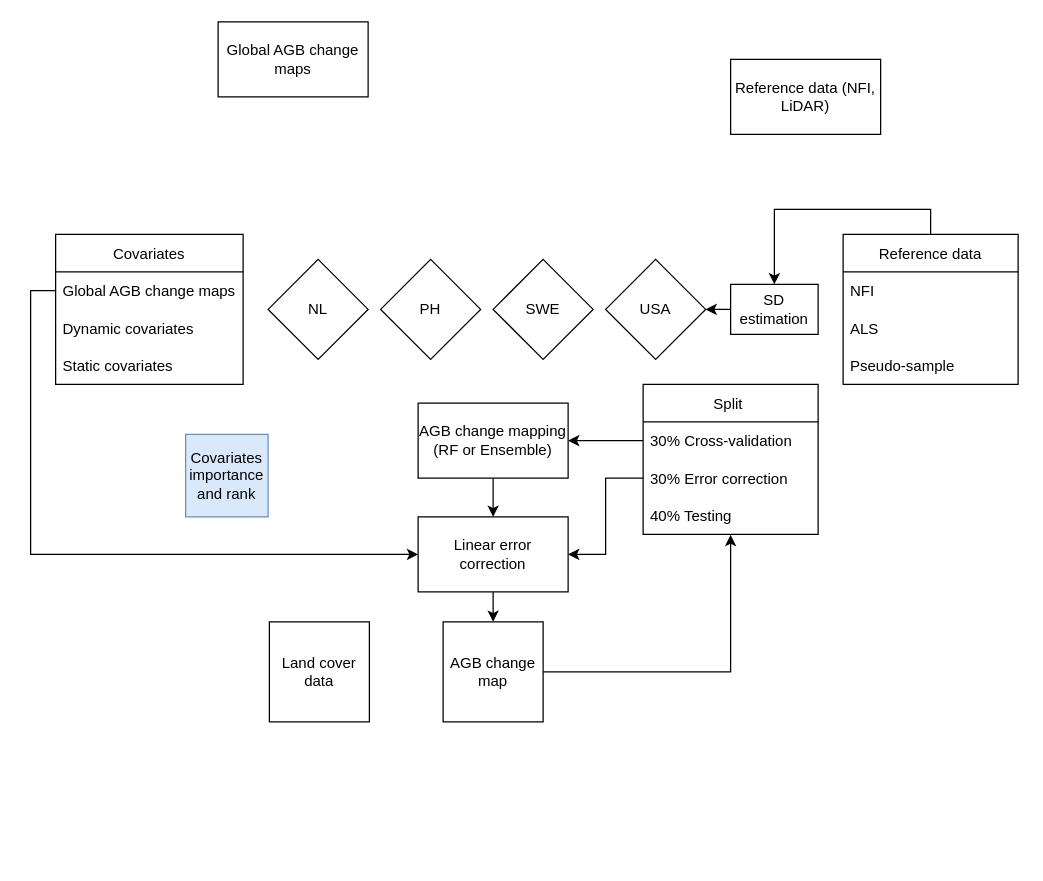
Above: Paper3.drawio in arnanaraza/diagrams (draw.io), before the change. Source tidied: cells renumbered, new cells numbered last; positions are measured from the earlier drawing's top-left corner, leaving out a move shared by most shapes. Both pictures are drawn from the tidied source at 125%, with x=0, y=0 at pixel (55, 21).
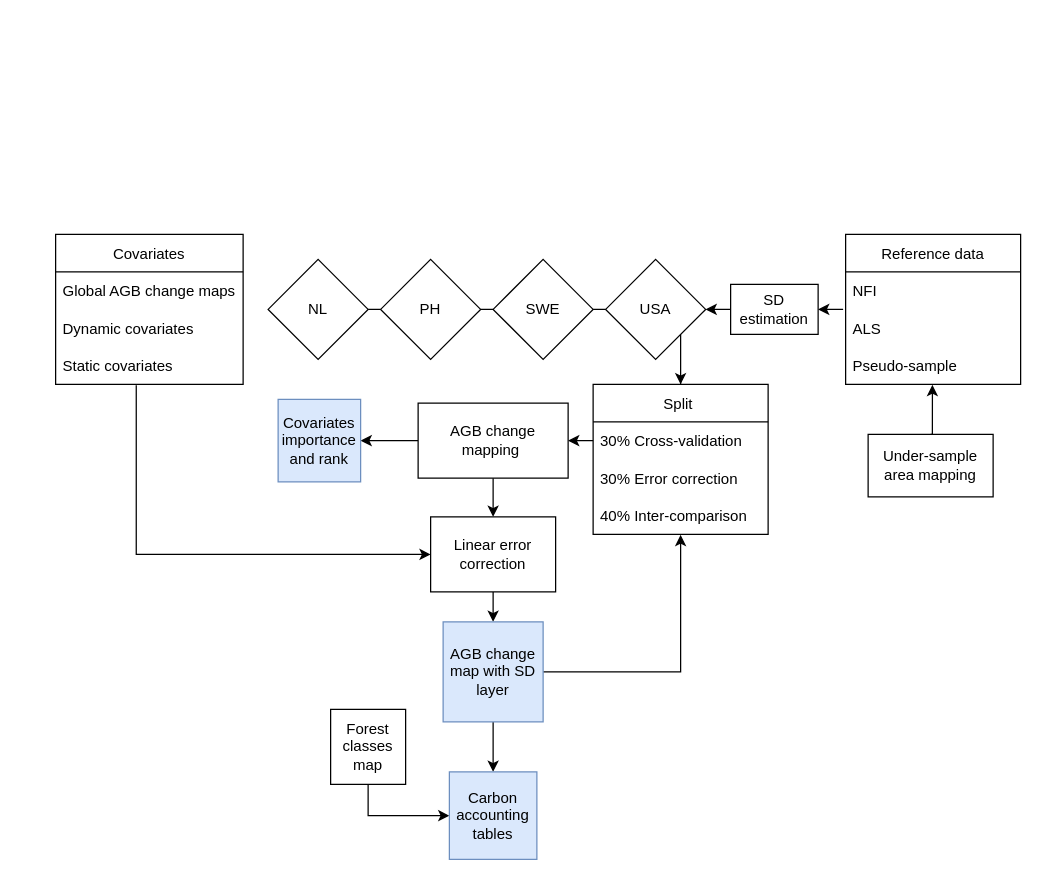
The same diagram, later.

Unchanged cells that the change refers to:
```xml
<mxCell id="7" value="SD estimation" style="rounded=0;whiteSpace=wrap;html=1;" parent="1" vertex="1">
  <mxGeometry x="540" y="210" width="70" height="40" as="geometry" />
</mxCell>
<mxCell id="9" value="Global AGB change maps" style="text;strokeColor=none;fillColor=none;align=left;verticalAlign=middle;spacingLeft=4;spacingRight=4;overflow=hidden;points=[[0,0.5],[1,0.5]];portConstraint=eastwest;" parent="8" vertex="1">
  <mxGeometry y="30" width="150" height="30" as="geometry" />
</mxCell>
<mxCell id="11" value="Static covariates" style="text;strokeColor=none;fillColor=none;align=left;verticalAlign=middle;spacingLeft=4;spacingRight=4;overflow=hidden;points=[[0,0.5],[1,0.5]];portConstraint=eastwest;" parent="8" vertex="1">
  <mxGeometry y="90" width="150" height="30" as="geometry" />
</mxCell>
<mxCell id="16" value="Pseudo-sample" style="text;strokeColor=none;fillColor=none;align=left;verticalAlign=middle;spacingLeft=4;spacingRight=4;overflow=hidden;points=[[0,0.5],[1,0.5]];portConstraint=eastwest;" parent="13" vertex="1">
  <mxGeometry y="90" width="140" height="30" as="geometry" />
</mxCell>
<mxCell id="17" value="NL" style="rhombus;whiteSpace=wrap;html=1;" parent="1" vertex="1">
  <mxGeometry x="170" y="190" width="80" height="80" as="geometry" />
</mxCell>
<mxCell id="18" value="PH" style="rhombus;whiteSpace=wrap;html=1;" parent="1" vertex="1">
  <mxGeometry x="260" y="190" width="80" height="80" as="geometry" />
</mxCell>
<mxCell id="19" value="SWE" style="rhombus;whiteSpace=wrap;html=1;" parent="1" vertex="1">
  <mxGeometry x="350" y="190" width="80" height="80" as="geometry" />
</mxCell>
<mxCell id="20" value="USA" style="rhombus;whiteSpace=wrap;html=1;" parent="1" vertex="1">
  <mxGeometry x="440" y="190" width="80" height="80" as="geometry" />
</mxCell>
<mxCell id="28" value="30% Error correction" style="text;strokeColor=none;fillColor=none;align=left;verticalAlign=middle;spacingLeft=4;spacingRight=4;overflow=hidden;points=[[0,0.5],[1,0.5]];portConstraint=eastwest;" parent="26" vertex="1">
  <mxGeometry y="60" width="140" height="30" as="geometry" />
</mxCell>
```

Change to the diagram source:
```diff
@@
-    <mxCell id="2" value="Global AGB change maps" style="rounded=0;whiteSpace=wrap;html=1;" parent="1" vertex="1">
-      <mxGeometry x="130" width="120" height="60" as="geometry" />
-    </mxCell>
@@
+    <mxCell id="34" style="edgeStyle=orthogonalEdgeStyle;rounded=0;jettySize=auto;html=1;exitX=0;exitY=0.5;exitDx=0;exitDy=0;entryX=1;entryY=0.5;entryDx=0;entryDy=0;" parent="1" edge="1" source="4" target="22">
+      <mxGeometry relative="1" as="geometry" />
+    </mxCell>
-    <mxCell id="4" value="AGB change mapping (RF or Ensemble)" style="rounded=0;whiteSpace=wrap;html=1;" parent="1" vertex="1">
+    <mxCell id="4" value="AGB change mapping&amp;nbsp;" style="rounded=0;whiteSpace=wrap;html=1;" parent="1" vertex="1">
       <mxGeometry x="290" y="305" width="120" height="60" as="geometry" />
     </mxCell>
-    <mxCell id="5" value="Reference data (NFI, LiDAR)" style="rounded=0;whiteSpace=wrap;html=1;" parent="1" vertex="1">
-      <mxGeometry x="540" y="30" width="120" height="60" as="geometry" />
-    </mxCell>
@@
-    <mxCell id="12" style="edgeStyle=orthogonalEdgeStyle;rounded=0;jettySize=auto;html=1;exitX=0.5;exitY=0;exitDx=0;exitDy=0;entryX=0.5;entryY=0;entryDx=0;entryDy=0;fontSize=10;" parent="1" edge="1" source="13" target="7">
-      <mxGeometry relative="1" as="geometry" />
+    <mxCell id="12" style="edgeStyle=orthogonalEdgeStyle;rounded=0;jettySize=auto;html=1;entryX=1;entryY=0.5;entryDx=0;entryDy=0;fontSize=10;" parent="1" edge="1" target="7">
+      <mxGeometry relative="1" as="geometry">
+        <mxPoint x="630" y="230" as="sourcePoint" />
+      </mxGeometry>
     </mxCell>
     <mxCell id="13" value="Reference data" style="swimlane;fontStyle=0;horizontal=1;startSize=30;" parent="1" vertex="1">
-      <mxGeometry x="630" y="170" width="140" height="120" as="geometry" />
+      <mxGeometry x="632" y="170" width="140" height="120" as="geometry" />
     </mxCell>
@@
+    <mxCell id="35" style="edgeStyle=orthogonalEdgeStyle;rounded=0;jettySize=auto;html=1;exitX=1;exitY=0.5;exitDx=0;exitDy=0;entryX=0;entryY=0.5;entryDx=0;entryDy=0;endArrow=none;endFill=0;" parent="1" edge="1" source="17" target="18">
+      <mxGeometry relative="1" as="geometry" />
+    </mxCell>
@@
+    <mxCell id="36" style="edgeStyle=orthogonalEdgeStyle;rounded=0;jettySize=auto;html=1;exitX=1;exitY=0.5;exitDx=0;exitDy=0;entryX=0;entryY=0.5;entryDx=0;entryDy=0;endArrow=none;endFill=0;" parent="1" edge="1" source="18" target="19">
+      <mxGeometry relative="1" as="geometry" />
+    </mxCell>
@@
+    <mxCell id="37" style="edgeStyle=orthogonalEdgeStyle;rounded=0;jettySize=auto;html=1;exitX=1;exitY=0.5;exitDx=0;exitDy=0;entryX=0;entryY=0.5;entryDx=0;entryDy=0;endArrow=none;endFill=0;" parent="1" edge="1" source="19" target="20">
+      <mxGeometry relative="1" as="geometry" />
+    </mxCell>
@@
+    <mxCell id="38" style="edgeStyle=orthogonalEdgeStyle;rounded=0;jettySize=auto;html=1;exitX=1;exitY=1;exitDx=0;exitDy=0;entryX=0.5;entryY=0;entryDx=0;entryDy=0;endArrow=classic;endFill=1;" parent="1" edge="1" source="20" target="26">
+      <mxGeometry relative="1" as="geometry" />
+    </mxCell>
@@
+    <mxCell id="39" style="edgeStyle=orthogonalEdgeStyle;rounded=0;jettySize=auto;html=1;exitX=0.5;exitY=1;exitDx=0;exitDy=0;entryX=0;entryY=0.5;entryDx=0;entryDy=0;" parent="1" edge="1" source="21" target="43">
+      <mxGeometry relative="1" as="geometry" />
+    </mxCell>
-    <mxCell id="21" value="&lt;span style=&quot;font-size: 12px;&quot;&gt;Land cover data&lt;/span&gt;" style="whiteSpace=wrap;html=1;fontSize=10;" parent="1" vertex="1">
-      <mxGeometry x="171" y="480" width="80" height="80" as="geometry" />
+    <mxCell id="21" value="&lt;span style=&quot;font-size: 12px;&quot;&gt;Forest classes map&lt;/span&gt;" style="whiteSpace=wrap;html=1;fontSize=10;" parent="1" vertex="1">
+      <mxGeometry x="220" y="550" width="60" height="60" as="geometry" />
     </mxCell>
     <mxCell id="22" value="&lt;span style=&quot;font-size: 12px;&quot;&gt;Covariates importance and rank&lt;/span&gt;" style="whiteSpace=wrap;html=1;fontSize=10;fillColor=#dae8fc;strokeColor=#6c8ebf;" parent="1" vertex="1">
-      <mxGeometry x="104" y="330" width="66" height="66" as="geometry" />
+      <mxGeometry x="178" y="302" width="66" height="66" as="geometry" />
     </mxCell>
@@
     <mxCell id="24" value="Linear error correction" style="rounded=0;whiteSpace=wrap;html=1;" parent="1" vertex="1">
-      <mxGeometry x="290" y="396" width="120" height="60" as="geometry" />
+      <mxGeometry x="300" y="396" width="100" height="60" as="geometry" />
     </mxCell>
-    <mxCell id="25" style="edgeStyle=orthogonalEdgeStyle;rounded=0;jettySize=auto;html=1;exitX=0;exitY=0.5;exitDx=0;exitDy=0;entryX=0;entryY=0.5;entryDx=0;entryDy=0;fontSize=10;" parent="1" edge="1" source="9" target="24">
+    <mxCell id="25" style="edgeStyle=orthogonalEdgeStyle;rounded=0;jettySize=auto;html=1;exitX=0.43;exitY=1.025;exitDx=0;exitDy=0;entryX=0;entryY=0.5;entryDx=0;entryDy=0;fontSize=10;exitPerimeter=0;" parent="1" edge="1" source="11" target="24">
       <mxGeometry relative="1" as="geometry" />
     </mxCell>
     <mxCell id="26" value="Split " style="swimlane;fontStyle=0;horizontal=1;startSize=30;" parent="1" vertex="1">
-      <mxGeometry x="470" y="290" width="140" height="120" as="geometry" />
+      <mxGeometry x="430" y="290" width="140" height="120" as="geometry" />
     </mxCell>
@@
-    <mxCell id="29" value="40% Testing " style="text;strokeColor=none;fillColor=none;align=left;verticalAlign=middle;spacingLeft=4;spacingRight=4;overflow=hidden;points=[[0,0.5],[1,0.5]];portConstraint=eastwest;" parent="26" vertex="1">
+    <mxCell id="29" value="40% Inter-comparison" style="text;strokeColor=none;fillColor=none;align=left;verticalAlign=middle;spacingLeft=4;spacingRight=4;overflow=hidden;points=[[0,0.5],[1,0.5]];portConstraint=eastwest;" parent="26" vertex="1">
       <mxGeometry y="90" width="140" height="30" as="geometry" />
     </mxCell>
@@
-    <mxCell id="31" style="edgeStyle=orthogonalEdgeStyle;rounded=0;jettySize=auto;html=1;exitX=0;exitY=0.5;exitDx=0;exitDy=0;entryX=1;entryY=0.5;entryDx=0;entryDy=0;fontSize=10;" parent="1" edge="1" source="28" target="24">
-      <mxGeometry relative="1" as="geometry" />
-    </mxCell>
@@
+    <mxCell id="40" style="edgeStyle=orthogonalEdgeStyle;rounded=0;jettySize=auto;html=1;exitX=0.5;exitY=1;exitDx=0;exitDy=0;entryX=0.5;entryY=0;entryDx=0;entryDy=0;" parent="1" edge="1" source="33" target="43">
+      <mxGeometry relative="1" as="geometry" />
+    </mxCell>
-    <mxCell id="33" value="&lt;span style=&quot;font-size: 12px;&quot;&gt;AGB change map&lt;/span&gt;" style="whiteSpace=wrap;html=1;fontSize=10;" parent="1" vertex="1">
+    <mxCell id="33" value="&lt;span style=&quot;font-size: 12px;&quot;&gt;AGB change map with SD layer&lt;/span&gt;" style="whiteSpace=wrap;html=1;fontSize=10;fillColor=#dae8fc;strokeColor=#6c8ebf;" parent="1" vertex="1">
       <mxGeometry x="310" y="480" width="80" height="80" as="geometry" />
     </mxCell>
+    <mxCell id="41" style="edgeStyle=orthogonalEdgeStyle;rounded=0;jettySize=auto;html=1;exitX=0.5;exitY=0;exitDx=0;exitDy=0;entryX=0.496;entryY=1.013;entryDx=0;entryDy=0;entryPerimeter=0;" parent="1" edge="1" source="42" target="16">
+      <mxGeometry relative="1" as="geometry" />
+    </mxCell>
+    <mxCell id="42" value="Under-sample area mapping" style="rounded=0;whiteSpace=wrap;html=1;" parent="1" vertex="1">
+      <mxGeometry x="650" y="330" width="100" height="50" as="geometry" />
+    </mxCell>
+    <mxCell id="43" value="&lt;span style=&quot;font-size: 12px;&quot;&gt;Carbon accounting tables&lt;/span&gt;" style="whiteSpace=wrap;html=1;fontSize=10;fillColor=#dae8fc;strokeColor=#6c8ebf;" parent="1" vertex="1">
+      <mxGeometry x="315" y="600" width="70" height="70" as="geometry" />
+    </mxCell>
```
